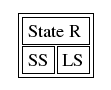
Earlier version of the Graphviz export msm/legend_r.png (spurious/ThreadSanitizer-mirror). Its source is kept beside it as msm/legend_r.dot.
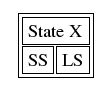
After the commit.

Commit message:
git-svn-id: http://data-race-test.googlecode.com/svn/trunk@124 93a3164d-3a44-0410-8ae5-4baa038b0729

What changed in the source:
```diff
@@ -1,6 +1,6 @@
 digraph msm1{
   zw [shape=plaintext label=<<TABLE BGCOLOR="white"> <tr>
-        <td colspan="2">State R</td>
+        <td colspan="2">State X</td>
       </tr> <tr>
         <td>SS</td>
         <td>LS</td>
```
